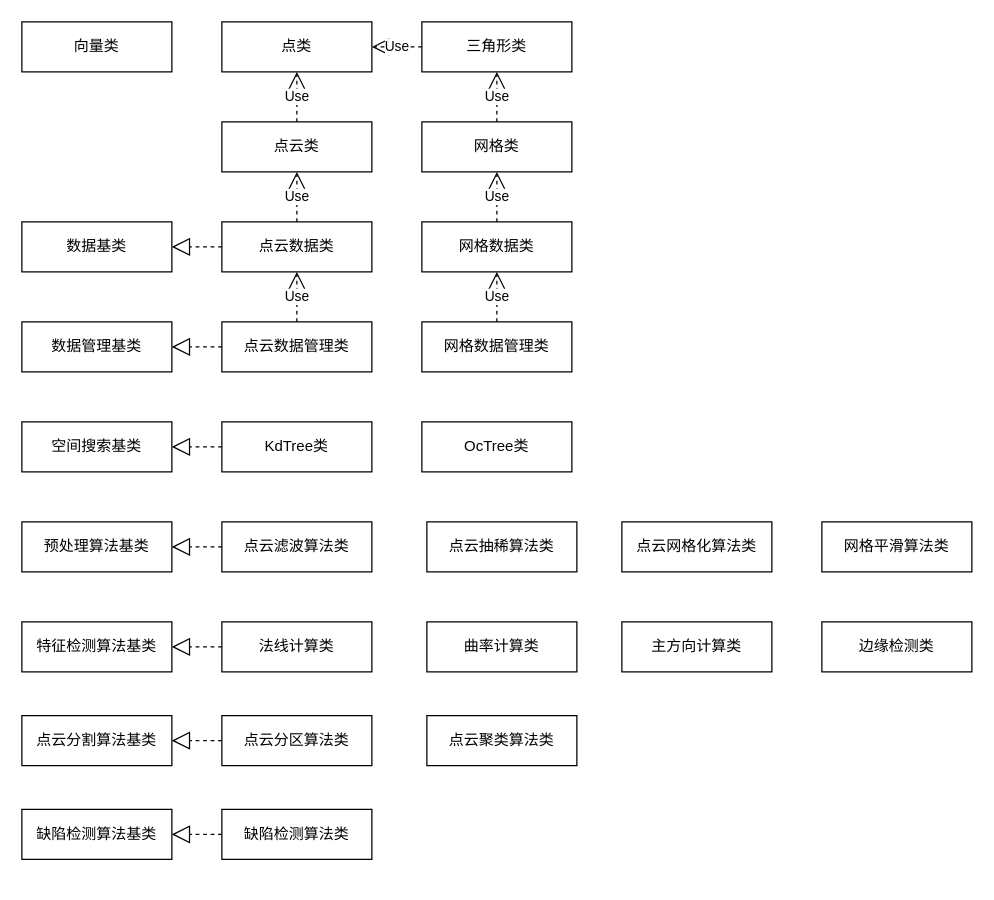
Before: 测试2.drawio in xuxiaofeng6/UML, a draw.io diagram. Source tidied: cells renumbered, new cells numbered last; positions are measured from the earlier drawing's top-left corner, leaving out a move shared by most shapes. Both pictures are drawn from the tidied source at 125%, with x=0, y=0 at pixel (21, 21).
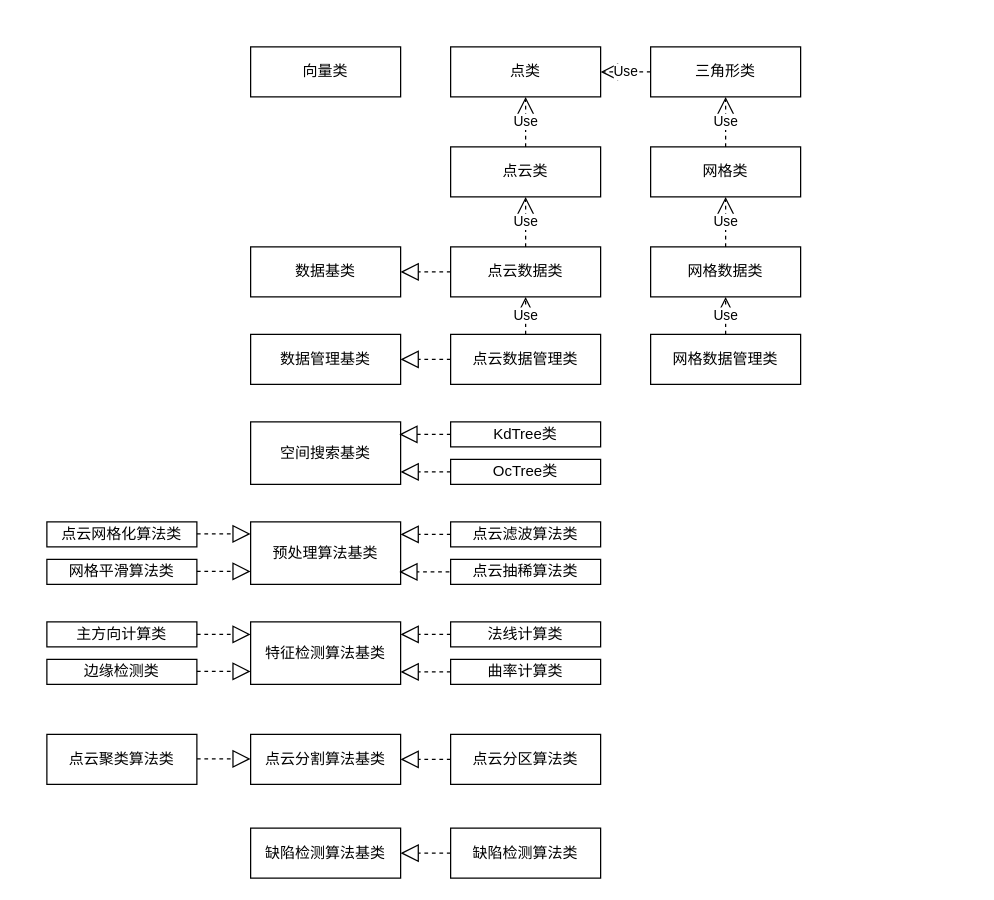
The same diagram, later.

Diff of the diagram source:
```diff
@@
     <mxCell id="2" value="点类" style="rounded=0;whiteSpace=wrap;html=1;" parent="1" vertex="1">
-      <mxGeometry x="160" width="120" height="40" as="geometry" />
+      <mxGeometry x="343" y="20" width="120" height="40" as="geometry" />
     </mxCell>
     <mxCell id="3" value="点云类" style="rounded=0;whiteSpace=wrap;html=1;" parent="1" vertex="1">
-      <mxGeometry x="160" y="80" width="120" height="40" as="geometry" />
+      <mxGeometry x="343" y="100" width="120" height="40" as="geometry" />
     </mxCell>
     <mxCell id="4" value="点云数据管理类" style="rounded=0;whiteSpace=wrap;html=1;" parent="1" vertex="1">
-      <mxGeometry x="160" y="240" width="120" height="40" as="geometry" />
+      <mxGeometry x="343" y="250" width="120" height="40" as="geometry" />
     </mxCell>
     <mxCell id="5" value="网格类" style="rounded=0;whiteSpace=wrap;html=1;" parent="1" vertex="1">
-      <mxGeometry x="320" y="80" width="120" height="40" as="geometry" />
+      <mxGeometry x="503" y="100" width="120" height="40" as="geometry" />
     </mxCell>
     <mxCell id="6" value="三角形类" style="rounded=0;whiteSpace=wrap;html=1;" parent="1" vertex="1">
-      <mxGeometry x="320" width="120" height="40" as="geometry" />
+      <mxGeometry x="503" y="20" width="120" height="40" as="geometry" />
     </mxCell>
     <mxCell id="7" value="网格数据管理类" style="rounded=0;whiteSpace=wrap;html=1;" parent="1" vertex="1">
-      <mxGeometry x="320" y="240" width="120" height="40" as="geometry" />
+      <mxGeometry x="503" y="250" width="120" height="40" as="geometry" />
     </mxCell>
     <mxCell id="8" value="数据管理基类" style="rounded=0;whiteSpace=wrap;html=1;" parent="1" vertex="1">
-      <mxGeometry y="240" width="120" height="40" as="geometry" />
+      <mxGeometry x="183" y="250" width="120" height="40" as="geometry" />
     </mxCell>
     <mxCell id="9" value="KdTree类" style="rounded=0;whiteSpace=wrap;html=1;" parent="1" vertex="1">
-      <mxGeometry x="160" y="320" width="120" height="40" as="geometry" />
+      <mxGeometry x="343" y="320" width="120" height="20" as="geometry" />
     </mxCell>
     <mxCell id="10" value="OcTree类" style="rounded=0;whiteSpace=wrap;html=1;" parent="1" vertex="1">
-      <mxGeometry x="320" y="320" width="120" height="40" as="geometry" />
+      <mxGeometry x="343" y="350" width="120" height="20" as="geometry" />
     </mxCell>
     <mxCell id="11" value="空间搜索基类" style="rounded=0;whiteSpace=wrap;html=1;" parent="1" vertex="1">
-      <mxGeometry y="320" width="120" height="40" as="geometry" />
+      <mxGeometry x="183" y="320" width="120" height="50" as="geometry" />
     </mxCell>
     <mxCell id="12" value="点云数据类" style="rounded=0;whiteSpace=wrap;html=1;" parent="1" vertex="1">
-      <mxGeometry x="160" y="160" width="120" height="40" as="geometry" />
+      <mxGeometry x="343" y="180" width="120" height="40" as="geometry" />
     </mxCell>
     <mxCell id="13" value="网格数据类" style="rounded=0;whiteSpace=wrap;html=1;" parent="1" vertex="1">
-      <mxGeometry x="320" y="160" width="120" height="40" as="geometry" />
+      <mxGeometry x="503" y="180" width="120" height="40" as="geometry" />
     </mxCell>
     <mxCell id="14" value="数据基类" style="rounded=0;whiteSpace=wrap;html=1;" parent="1" vertex="1">
-      <mxGeometry y="160" width="120" height="40" as="geometry" />
+      <mxGeometry x="183" y="180" width="120" height="40" as="geometry" />
     </mxCell>
     <mxCell id="15" value="预处理算法基类" style="rounded=0;whiteSpace=wrap;html=1;" parent="1" vertex="1">
-      <mxGeometry y="400" width="120" height="40" as="geometry" />
+      <mxGeometry x="183" y="400" width="120" height="50" as="geometry" />
     </mxCell>
     <mxCell id="16" value="点云滤波算法类" style="rounded=0;whiteSpace=wrap;html=1;" parent="1" vertex="1">
-      <mxGeometry x="160" y="400" width="120" height="40" as="geometry" />
+      <mxGeometry x="343" y="400" width="120" height="20" as="geometry" />
     </mxCell>
     <mxCell id="17" value="点云抽稀算法类" style="rounded=0;whiteSpace=wrap;html=1;" parent="1" vertex="1">
-      <mxGeometry x="324" y="400" width="120" height="40" as="geometry" />
+      <mxGeometry x="343" y="430" width="120" height="20" as="geometry" />
     </mxCell>
     <mxCell id="18" value="点云网格化算法类" style="rounded=0;whiteSpace=wrap;html=1;" parent="1" vertex="1">
-      <mxGeometry x="480" y="400" width="120" height="40" as="geometry" />
+      <mxGeometry x="20" y="400" width="120" height="20" as="geometry" />
     </mxCell>
     <mxCell id="19" value="网格平滑算法类" style="rounded=0;whiteSpace=wrap;html=1;" parent="1" vertex="1">
-      <mxGeometry x="640" y="400" width="120" height="40" as="geometry" />
+      <mxGeometry x="20" y="430" width="120" height="20" as="geometry" />
     </mxCell>
     <mxCell id="20" value="特征检测算法基类" style="rounded=0;whiteSpace=wrap;html=1;" parent="1" vertex="1">
-      <mxGeometry y="480" width="120" height="40" as="geometry" />
+      <mxGeometry x="183" y="480" width="120" height="50" as="geometry" />
     </mxCell>
     <mxCell id="21" value="向量类" style="rounded=0;whiteSpace=wrap;html=1;" parent="1" vertex="1">
-      <mxGeometry width="120" height="40" as="geometry" />
+      <mxGeometry x="183" y="20" width="120" height="40" as="geometry" />
     </mxCell>
     <mxCell id="22" value="法线计算类" style="rounded=0;whiteSpace=wrap;html=1;" parent="1" vertex="1">
-      <mxGeometry x="160" y="480" width="120" height="40" as="geometry" />
+      <mxGeometry x="343" y="480" width="120" height="20" as="geometry" />
     </mxCell>
     <mxCell id="23" value="曲率计算类" style="rounded=0;whiteSpace=wrap;html=1;" parent="1" vertex="1">
-      <mxGeometry x="324" y="480" width="120" height="40" as="geometry" />
+      <mxGeometry x="343" y="510" width="120" height="20" as="geometry" />
     </mxCell>
     <mxCell id="24" value="边缘检测类" style="rounded=0;whiteSpace=wrap;html=1;" parent="1" vertex="1">
-      <mxGeometry x="640" y="480" width="120" height="40" as="geometry" />
+      <mxGeometry x="20" y="510" width="120" height="20" as="geometry" />
     </mxCell>
     <mxCell id="25" value="主方向计算类" style="rounded=0;whiteSpace=wrap;html=1;" parent="1" vertex="1">
-      <mxGeometry x="480" y="480" width="120" height="40" as="geometry" />
+      <mxGeometry x="20" y="480" width="120" height="20" as="geometry" />
     </mxCell>
     <mxCell id="26" value="点云分割算法基类" style="rounded=0;whiteSpace=wrap;html=1;" parent="1" vertex="1">
-      <mxGeometry y="555" width="120" height="40" as="geometry" />
+      <mxGeometry x="183" y="570" width="120" height="40" as="geometry" />
     </mxCell>
     <mxCell id="27" value="点云分区算法类" style="rounded=0;whiteSpace=wrap;html=1;" parent="1" vertex="1">
-      <mxGeometry x="160" y="555" width="120" height="40" as="geometry" />
+      <mxGeometry x="343" y="570" width="120" height="40" as="geometry" />
     </mxCell>
     <mxCell id="28" value="点云聚类算法类" style="rounded=0;whiteSpace=wrap;html=1;" parent="1" vertex="1">
-      <mxGeometry x="324" y="555" width="120" height="40" as="geometry" />
+      <mxGeometry x="20" y="570" width="120" height="40" as="geometry" />
     </mxCell>
     <mxCell id="29" value="缺陷检测算法基类" style="rounded=0;whiteSpace=wrap;html=1;" parent="1" vertex="1">
-      <mxGeometry y="630" width="120" height="40" as="geometry" />
+      <mxGeometry x="183" y="645" width="120" height="40" as="geometry" />
     </mxCell>
     <mxCell id="30" value="缺陷检测算法类" style="rounded=0;whiteSpace=wrap;html=1;" parent="1" vertex="1">
-      <mxGeometry x="160" y="630" width="120" height="40" as="geometry" />
+      <mxGeometry x="343" y="645" width="120" height="40" as="geometry" />
     </mxCell>
@@
     <mxCell id="34" value="Use" style="endArrow=open;endSize=12;dashed=1;html=1;rounded=0;exitX=0.5;exitY=0;exitDx=0;exitDy=0;" parent="1" edge="1" source="12">
       <mxGeometry relative="1" as="geometry">
-        <mxPoint x="220" y="120" as="targetPoint" />
+        <mxPoint x="403" y="140" as="targetPoint" />
       </mxGeometry>
     </mxCell>
@@
     <mxCell id="37" value="Use" style="endArrow=open;endSize=12;dashed=1;html=1;rounded=0;exitX=0.5;exitY=0;exitDx=0;exitDy=0;" parent="1" edge="1" source="4">
       <mxGeometry relative="1" as="geometry">
-        <mxPoint x="220" y="200" as="targetPoint" />
+        <mxPoint x="403" y="220" as="targetPoint" />
       </mxGeometry>
     </mxCell>
@@
-    <mxCell id="40" style="endArrow=block;dashed=1;endFill=0;endSize=12;html=1;rounded=0;exitX=0;exitY=0.5;exitDx=0;exitDy=0;entryX=1;entryY=0.5;entryDx=0;entryDy=0;" parent="1" edge="1" source="9" target="11">
-      <mxGeometry relative="1" as="geometry" />
+    <mxCell id="40" style="endArrow=block;dashed=1;endFill=0;endSize=12;html=1;rounded=0;exitX=0;exitY=0.5;exitDx=0;exitDy=0;" parent="1" edge="1" source="9">
+      <mxGeometry relative="1" as="geometry">
+        <mxPoint x="302" y="330" as="targetPoint" />
+      </mxGeometry>
     </mxCell>
-    <mxCell id="41" style="endArrow=block;dashed=1;endFill=0;endSize=12;html=1;rounded=0;exitX=0;exitY=0.5;exitDx=0;exitDy=0;entryX=1;entryY=0.5;entryDx=0;entryDy=0;" parent="1" edge="1" source="16" target="15">
-      <mxGeometry relative="1" as="geometry" />
+    <mxCell id="41" style="endArrow=block;dashed=1;endFill=0;endSize=12;html=1;rounded=0;exitX=0;exitY=0.5;exitDx=0;exitDy=0;" parent="1" edge="1" source="16">
+      <mxGeometry relative="1" as="geometry">
+        <mxPoint x="303" y="410" as="targetPoint" />
+      </mxGeometry>
     </mxCell>
-    <mxCell id="42" style="endArrow=block;dashed=1;endFill=0;endSize=12;html=1;rounded=0;exitX=0;exitY=0.5;exitDx=0;exitDy=0;entryX=1;entryY=0.5;entryDx=0;entryDy=0;" parent="1" edge="1" source="22" target="20">
-      <mxGeometry relative="1" as="geometry" />
+    <mxCell id="42" style="endArrow=block;dashed=1;endFill=0;endSize=12;html=1;rounded=0;exitX=0;exitY=0.5;exitDx=0;exitDy=0;" parent="1" edge="1" source="22">
+      <mxGeometry relative="1" as="geometry">
+        <mxPoint x="303" y="490" as="targetPoint" />
+      </mxGeometry>
     </mxCell>
@@
+    <mxCell id="45" style="endArrow=block;dashed=1;endFill=0;endSize=12;html=1;rounded=0;exitX=0;exitY=0.5;exitDx=0;exitDy=0;" parent="1" edge="1" source="10">
+      <mxGeometry relative="1" as="geometry">
+        <mxPoint x="303" y="360" as="targetPoint" />
+      </mxGeometry>
+    </mxCell>
+    <mxCell id="46" style="endArrow=block;dashed=1;endFill=0;endSize=12;html=1;rounded=0;exitX=0;exitY=0.5;exitDx=0;exitDy=0;" parent="1" edge="1" source="23">
+      <mxGeometry relative="1" as="geometry">
+        <mxPoint x="303" y="520" as="targetPoint" />
+      </mxGeometry>
+    </mxCell>
+    <mxCell id="47" style="endArrow=block;dashed=1;endFill=0;endSize=12;html=1;rounded=0;" parent="1" edge="1">
+      <mxGeometry relative="1" as="geometry">
+        <mxPoint x="342" y="440" as="sourcePoint" />
+        <mxPoint x="302" y="440" as="targetPoint" />
+      </mxGeometry>
+    </mxCell>
+    <mxCell id="48" style="endArrow=block;dashed=1;endFill=0;endSize=12;html=1;rounded=0;exitX=1;exitY=0.5;exitDx=0;exitDy=0;" parent="1" edge="1" source="25">
+      <mxGeometry relative="1" as="geometry">
+        <mxPoint x="183" y="490" as="targetPoint" />
+      </mxGeometry>
+    </mxCell>
+    <mxCell id="49" style="endArrow=block;dashed=1;endFill=0;endSize=12;html=1;rounded=0;exitX=1;exitY=0.5;exitDx=0;exitDy=0;" parent="1" edge="1">
+      <mxGeometry relative="1" as="geometry">
+        <mxPoint x="140" y="589.6" as="sourcePoint" />
+        <mxPoint x="183" y="589.6" as="targetPoint" />
+      </mxGeometry>
+    </mxCell>
+    <mxCell id="50" style="endArrow=block;dashed=1;endFill=0;endSize=12;html=1;rounded=0;exitX=1;exitY=0.5;exitDx=0;exitDy=0;" parent="1" edge="1">
+      <mxGeometry relative="1" as="geometry">
+        <mxPoint x="140" y="519.6" as="sourcePoint" />
+        <mxPoint x="183" y="519.6" as="targetPoint" />
+      </mxGeometry>
+    </mxCell>
+    <mxCell id="51" style="endArrow=block;dashed=1;endFill=0;endSize=12;html=1;rounded=0;exitX=1;exitY=0.5;exitDx=0;exitDy=0;" parent="1" edge="1">
+      <mxGeometry relative="1" as="geometry">
+        <mxPoint x="140" y="439.6" as="sourcePoint" />
+        <mxPoint x="183" y="439.6" as="targetPoint" />
+      </mxGeometry>
+    </mxCell>
+    <mxCell id="52" style="endArrow=block;dashed=1;endFill=0;endSize=12;html=1;rounded=0;exitX=1;exitY=0.5;exitDx=0;exitDy=0;" parent="1" edge="1">
+      <mxGeometry relative="1" as="geometry">
+        <mxPoint x="140" y="409.6" as="sourcePoint" />
+        <mxPoint x="183" y="409.6" as="targetPoint" />
+      </mxGeometry>
+    </mxCell>
```
